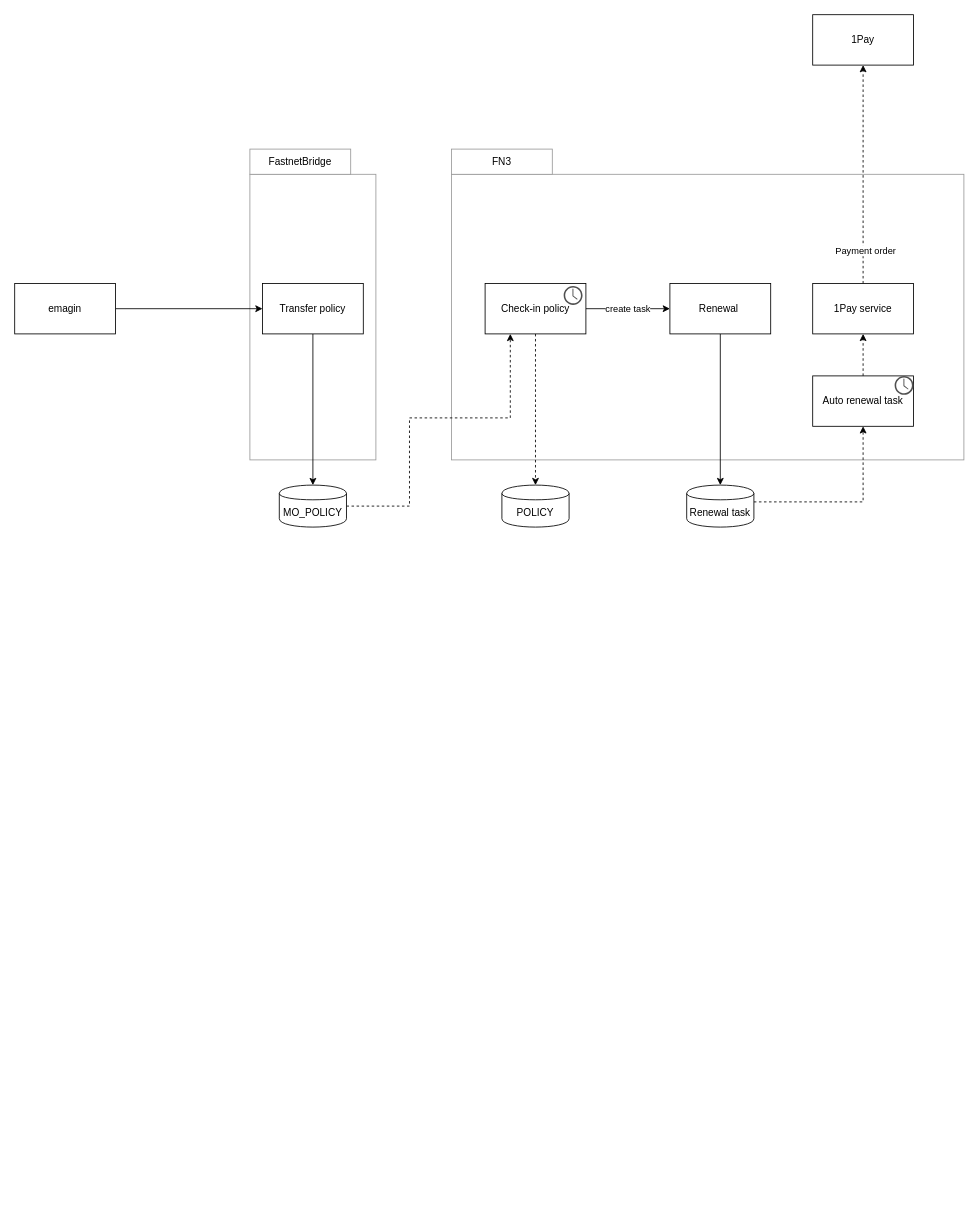
Earlier version of the draw.io diagram Renewal-technical.drawio (phatcharalaw/my-doc). Source tidied: cells renumbered, new cells numbered last; positions are measured from the earlier drawing's top-left corner, leaving out a move shared by most shapes. Both pictures are drawn from the tidied source at 84%, with x=0, y=0 at pixel (14, 14).
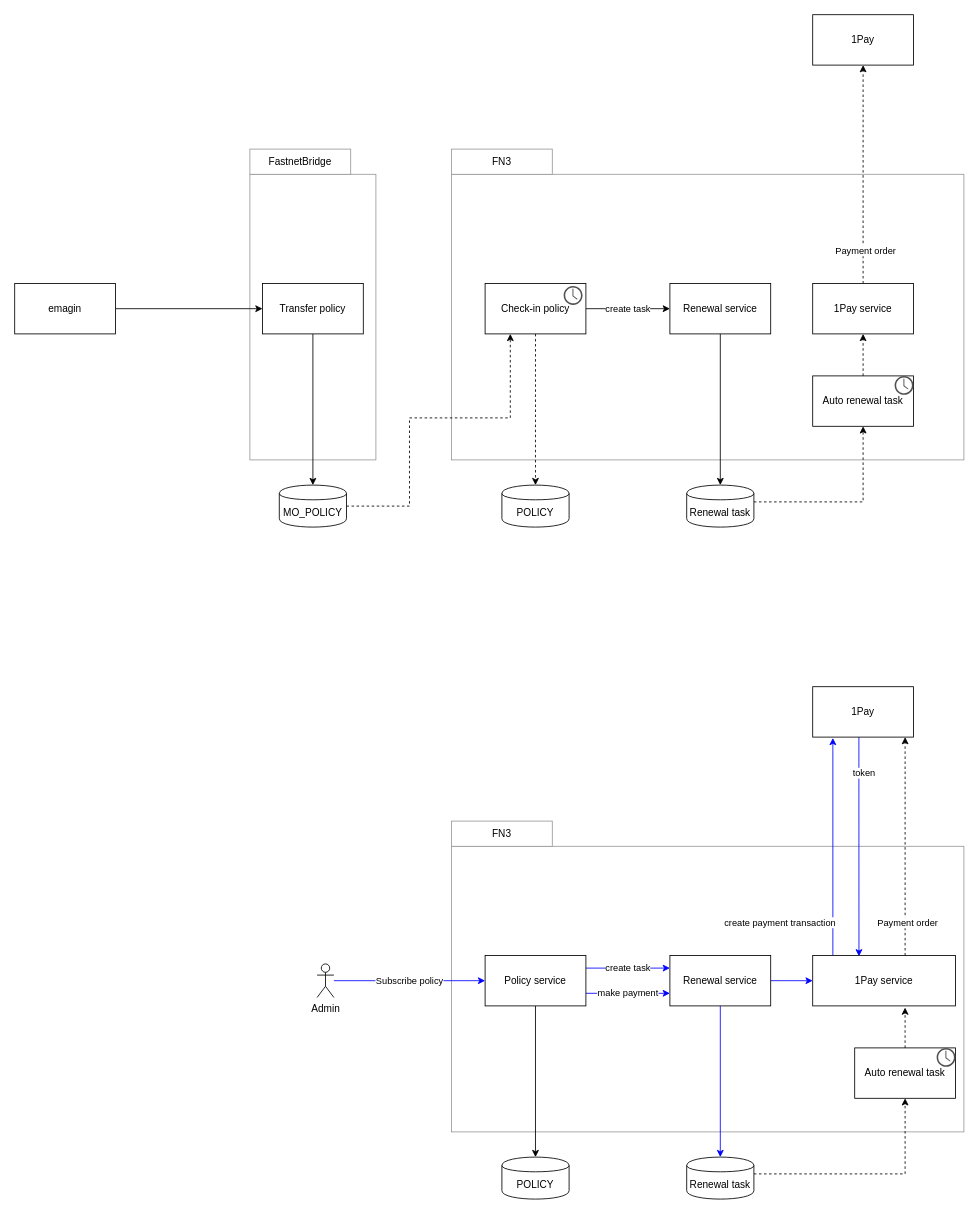
The same diagram, later.

Change to the diagram source:
```diff
@@
-    <mxCell id="15" value="Renewal&amp;nbsp;" style="rounded=0;whiteSpace=wrap;html=1;" parent="1" vertex="1">
+    <mxCell id="15" value="Renewal service" style="rounded=0;whiteSpace=wrap;html=1;" parent="1" vertex="1">
       <mxGeometry x="780" y="320" width="120" height="60" as="geometry" />
     </mxCell>
@@
+    <mxCell id="29" style="rounded=0;whiteSpace=wrap;html=1;strokeColor=#999999;" parent="1" vertex="1">
+      <mxGeometry x="520" y="990" width="610" height="340" as="geometry" />
+    </mxCell>
+    <mxCell id="30" value="create task" style="edgeStyle=orthogonalEdgeStyle;rounded=0;jettySize=auto;html=1;exitX=1;exitY=0.25;exitDx=0;exitDy=0;strokeColor=#0000FF;" parent="1" edge="1" source="51" target="33">
+      <mxGeometry relative="1" as="geometry">
+        <Array as="points">
+          <mxPoint x="750" y="1135" />
+          <mxPoint x="750" y="1135" />
+        </Array>
+      </mxGeometry>
+    </mxCell>
+    <mxCell id="31" style="edgeStyle=orthogonalEdgeStyle;rounded=0;jettySize=auto;html=1;entryX=0.5;entryY=0;entryDx=0;entryDy=0;strokeColor=#0000FF;" parent="1" edge="1" source="33" target="39">
+      <mxGeometry relative="1" as="geometry" />
+    </mxCell>
+    <mxCell id="32" style="edgeStyle=orthogonalEdgeStyle;rounded=0;jettySize=auto;html=1;entryX=0;entryY=0.5;entryDx=0;entryDy=0;strokeColor=#0000FF;" parent="1" edge="1" source="33" target="44">
+      <mxGeometry relative="1" as="geometry" />
+    </mxCell>
+    <mxCell id="33" value="Renewal service" style="rounded=0;whiteSpace=wrap;html=1;" parent="1" vertex="1">
+      <mxGeometry x="780" y="1120" width="120" height="60" as="geometry" />
+    </mxCell>
+    <mxCell id="34" value="POLICY" style="shape=cylinder;whiteSpace=wrap;html=1;boundedLbl=1;backgroundOutline=1;" parent="1" vertex="1">
+      <mxGeometry x="580" y="1360" width="80" height="50" as="geometry" />
+    </mxCell>
+    <mxCell id="35" style="edgeStyle=orthogonalEdgeStyle;rounded=0;jettySize=auto;html=1;entryX=0.324;entryY=0.017;entryDx=0;entryDy=0;entryPerimeter=0;strokeColor=#0000FF;" parent="1" edge="1" source="37" target="44">
+      <mxGeometry relative="1" as="geometry">
+        <Array as="points">
+          <mxPoint x="1005" y="930" />
+          <mxPoint x="1005" y="930" />
+        </Array>
+      </mxGeometry>
+    </mxCell>
+    <mxCell id="36" value="token" style="edgeLabel;html=1;align=center;verticalAlign=middle;" parent="35" vertex="1">
+      <mxGeometry x="-0.68" relative="1" as="geometry">
+        <mxPoint x="5" as="offset" />
+      </mxGeometry>
+    </mxCell>
+    <mxCell id="37" value="1Pay" style="rounded=0;whiteSpace=wrap;html=1;" parent="1" vertex="1">
+      <mxGeometry x="950" y="800" width="120" height="60" as="geometry" />
+    </mxCell>
+    <mxCell id="38" style="edgeStyle=orthogonalEdgeStyle;rounded=0;jettySize=auto;html=1;dashed=1;" parent="1" edge="1" source="39" target="47">
+      <mxGeometry relative="1" as="geometry">
+        <Array as="points">
+          <mxPoint x="1060" y="1380" />
+        </Array>
+      </mxGeometry>
+    </mxCell>
+    <mxCell id="39" value="Renewal task" style="shape=cylinder;whiteSpace=wrap;html=1;boundedLbl=1;backgroundOutline=1;" parent="1" vertex="1">
+      <mxGeometry x="800" y="1360" width="80" height="50" as="geometry" />
+    </mxCell>
+    <mxCell id="40" style="edgeStyle=orthogonalEdgeStyle;rounded=0;jettySize=auto;html=1;dashed=1;" parent="1" edge="1" source="44">
+      <mxGeometry relative="1" as="geometry">
+        <mxPoint x="1060" y="860" as="targetPoint" />
+        <Array as="points">
+          <mxPoint x="1060" y="860" />
+        </Array>
+      </mxGeometry>
+    </mxCell>
+    <mxCell id="41" value="Payment order" style="edgeLabel;html=1;align=center;verticalAlign=middle;" parent="40" vertex="1">
+      <mxGeometry x="-0.69" y="-2" relative="1" as="geometry" />
+    </mxCell>
+    <mxCell id="42" style="edgeStyle=orthogonalEdgeStyle;rounded=0;jettySize=auto;html=1;entryX=0.2;entryY=1.017;entryDx=0;entryDy=0;entryPerimeter=0;strokeColor=#0000FF;" parent="1" edge="1" source="44" target="37">
+      <mxGeometry relative="1" as="geometry">
+        <Array as="points">
+          <mxPoint x="974" y="1060" />
+          <mxPoint x="974" y="1060" />
+        </Array>
+      </mxGeometry>
+    </mxCell>
+    <mxCell id="43" value="create payment transaction" style="edgeLabel;html=1;align=center;verticalAlign=middle;" parent="42" vertex="1">
+      <mxGeometry x="-0.54" y="6" relative="1" as="geometry">
+        <mxPoint x="-58" y="20" as="offset" />
+      </mxGeometry>
+    </mxCell>
+    <mxCell id="44" value="1Pay service" style="rounded=0;whiteSpace=wrap;html=1;" parent="1" vertex="1">
+      <mxGeometry x="950" y="1120" width="170" height="60" as="geometry" />
+    </mxCell>
+    <mxCell id="45" value="FN3" style="rounded=0;whiteSpace=wrap;html=1;strokeColor=#999999;" parent="1" vertex="1">
+      <mxGeometry x="520" y="960" width="120" height="30" as="geometry" />
+    </mxCell>
+    <mxCell id="46" style="group;" parent="1" vertex="1">
+      <mxGeometry x="1000" y="1230" width="120" height="60" as="geometry" />
+    </mxCell>
+    <mxCell id="47" value="Auto renewal task" style="rounded=0;whiteSpace=wrap;html=1;" parent="46" vertex="1">
+      <mxGeometry width="120" height="60" as="geometry" />
+    </mxCell>
+    <mxCell id="48" style="shadow=0;dashed=0;html=1;strokeColor=none;fillColor=#505050;labelPosition=center;verticalLabelPosition=bottom;verticalAlign=top;align=center;shape=mxgraph.office.concepts.clock;" parent="46" vertex="1">
+      <mxGeometry x="97.5" width="22.5" height="22.5" as="geometry" />
+    </mxCell>
+    <mxCell id="49" value="make payment" style="edgeStyle=orthogonalEdgeStyle;rounded=0;jettySize=auto;html=1;entryX=0;entryY=0.75;entryDx=0;entryDy=0;strokeColor=#0000FF;" parent="1" edge="1" source="51" target="33">
+      <mxGeometry relative="1" as="geometry">
+        <Array as="points">
+          <mxPoint x="710" y="1165" />
+          <mxPoint x="710" y="1165" />
+        </Array>
+      </mxGeometry>
+    </mxCell>
+    <mxCell id="50" style="edgeStyle=orthogonalEdgeStyle;rounded=0;jettySize=auto;html=1;entryX=0.5;entryY=0;entryDx=0;entryDy=0;strokeColor=#000000;" parent="1" edge="1" source="51" target="34">
+      <mxGeometry relative="1" as="geometry" />
+    </mxCell>
+    <mxCell id="51" value="Policy service" style="rounded=0;whiteSpace=wrap;html=1;" parent="1" vertex="1">
+      <mxGeometry x="560" y="1120" width="120" height="60" as="geometry" />
+    </mxCell>
+    <mxCell id="52" value="Subscribe policy" style="edgeStyle=orthogonalEdgeStyle;rounded=0;jettySize=auto;html=1;entryX=0;entryY=0.5;entryDx=0;entryDy=0;strokeColor=#0000FF;" parent="1" edge="1" source="53" target="51">
+      <mxGeometry relative="1" as="geometry" />
+    </mxCell>
+    <mxCell id="53" value="Admin" style="shape=umlActor;verticalLabelPosition=bottom;verticalAlign=top;html=1;outlineConnect=0;" parent="1" vertex="1">
+      <mxGeometry x="360" y="1130" width="20" height="40" as="geometry" />
+    </mxCell>
+    <mxCell id="54" style="edgeStyle=orthogonalEdgeStyle;rounded=0;jettySize=auto;html=1;entryX=0.647;entryY=1.033;entryDx=0;entryDy=0;entryPerimeter=0;dashed=1;" parent="1" edge="1" source="47" target="44">
+      <mxGeometry relative="1" as="geometry" />
+    </mxCell>
```
